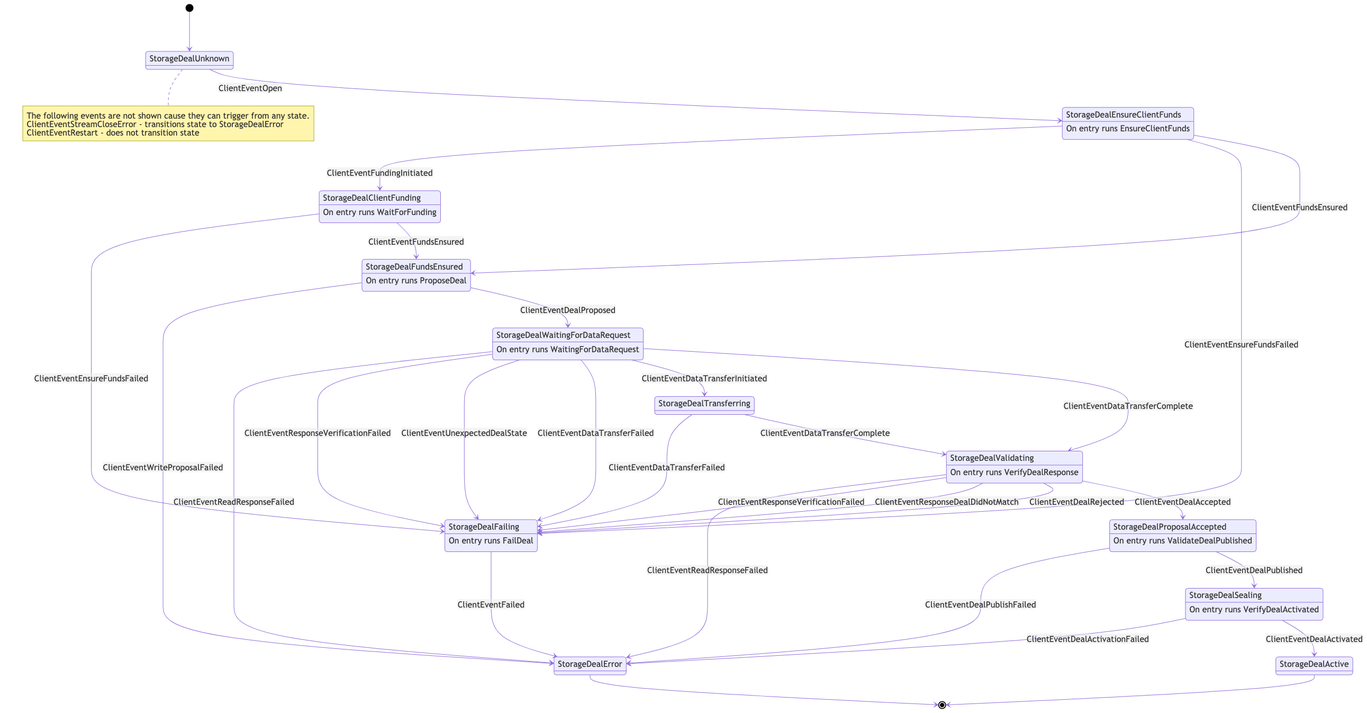
This is docs/storageclient.mmd.png from filecoin-project/go-fil-markets, a Mermaid export, as it was before one commit. Its source is kept beside it as docs/storageclient.mmd. The source it was exported from:
```mermaid
stateDiagram-v2
	state "StorageDealUnknown" as 0
	state "StorageDealProposalAccepted" as 3
	state "StorageDealSealing" as 5
	state "StorageDealActive" as 6
	state "StorageDealFailing" as 7
	state "StorageDealFundsEnsured" as 9
	state "StorageDealWaitingForDataRequest" as 10
	state "StorageDealValidating" as 11
	state "StorageDealTransferring" as 13
	state "StorageDealEnsureClientFunds" as 17
	state "StorageDealClientFunding" as 19
	state "StorageDealError" as 22
	3 : On entry runs ValidateDealPublished
	5 : On entry runs VerifyDealActivated
	7 : On entry runs FailDeal
	9 : On entry runs ProposeDeal
	10 : On entry runs WaitingForDataRequest
	11 : On entry runs VerifyDealResponse
	17 : On entry runs EnsureClientFunds
	19 : On entry runs WaitForFunding
	[*] --> 0
	note right of 0
		The following events are not shown cause they can trigger from any state.

		ClientEventStreamCloseError - transitions state to StorageDealError
		ClientEventRestart - does not transition state
	end note
	0 --> 17 : ClientEventOpen
	17 --> 19 : ClientEventFundingInitiated
	17 --> 7 : ClientEventEnsureFundsFailed
	19 --> 7 : ClientEventEnsureFundsFailed
	17 --> 9 : ClientEventFundsEnsured
	19 --> 9 : ClientEventFundsEnsured
	9 --> 22 : ClientEventWriteProposalFailed
	9 --> 10 : ClientEventDealProposed
	10 --> 22 : ClientEventReadResponseFailed
	11 --> 22 : ClientEventReadResponseFailed
	10 --> 7 : ClientEventResponseVerificationFailed
	11 --> 7 : ClientEventResponseVerificationFailed
	10 --> 7 : ClientEventUnexpectedDealState
	10 --> 7 : ClientEventDataTransferFailed
	13 --> 7 : ClientEventDataTransferFailed
	10 --> 13 : ClientEventDataTransferInitiated
	10 --> 11 : ClientEventDataTransferComplete
	13 --> 11 : ClientEventDataTransferComplete
	11 --> 7 : ClientEventResponseDealDidNotMatch
	11 --> 7 : ClientEventDealRejected
	11 --> 3 : ClientEventDealAccepted
	3 --> 22 : ClientEventDealPublishFailed
	3 --> 5 : ClientEventDealPublished
	5 --> 22 : ClientEventDealActivationFailed
	5 --> 6 : ClientEventDealActivated
	7 --> 22 : ClientEventFailed
	6 --> [*]
	22 --> [*]
```
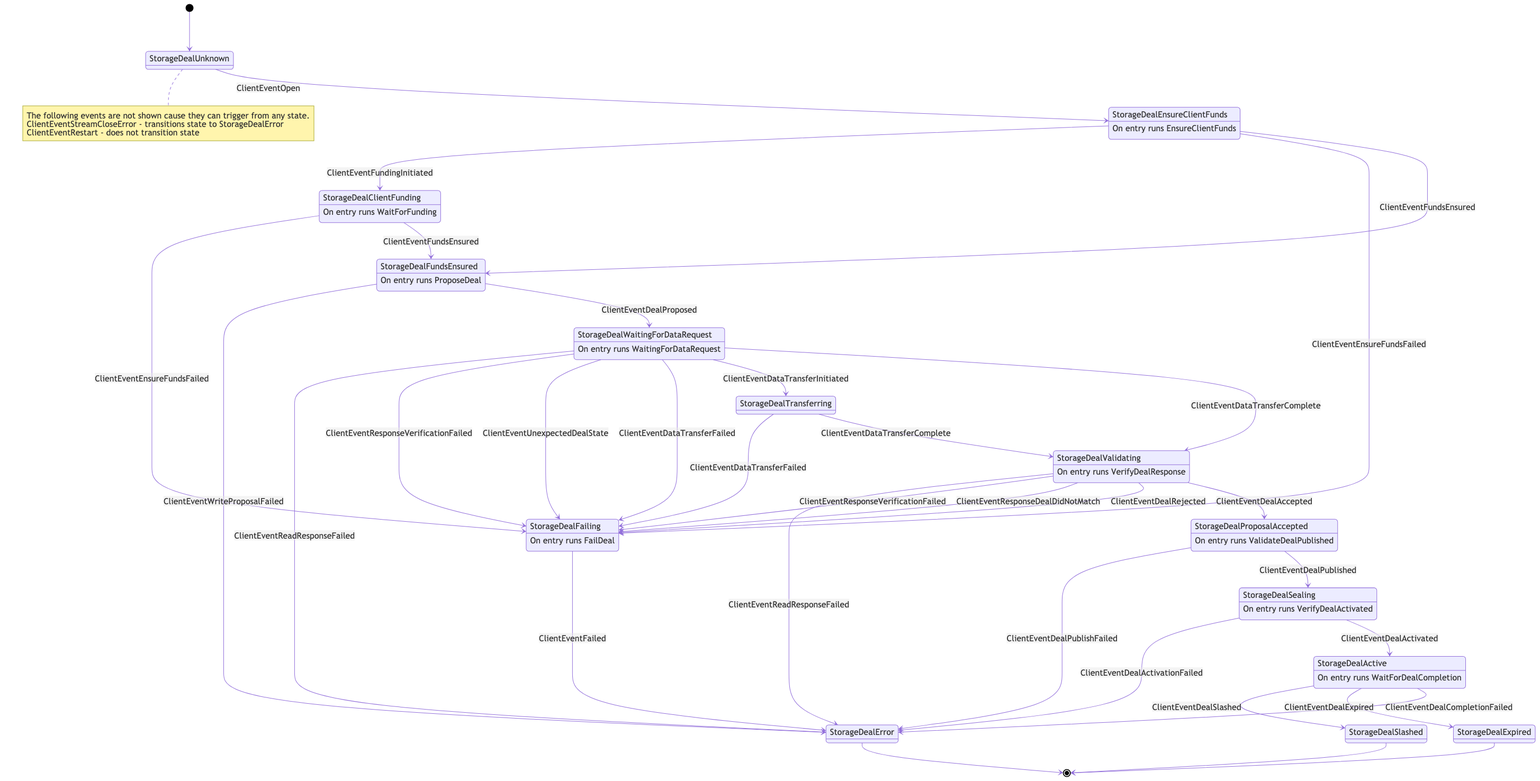
After the change.

Change to the diagram source:
```diff
@@ -3,22 +3,25 @@
 	state "StorageDealProposalAccepted" as 3
 	state "StorageDealSealing" as 5
 	state "StorageDealActive" as 6
-	state "StorageDealFailing" as 7
-	state "StorageDealFundsEnsured" as 9
-	state "StorageDealWaitingForDataRequest" as 10
-	state "StorageDealValidating" as 11
-	state "StorageDealTransferring" as 13
-	state "StorageDealEnsureClientFunds" as 17
-	state "StorageDealClientFunding" as 19
-	state "StorageDealError" as 22
+	state "StorageDealExpired" as 7
+	state "StorageDealSlashed" as 8
+	state "StorageDealFailing" as 9
+	state "StorageDealFundsEnsured" as 11
+	state "StorageDealWaitingForDataRequest" as 12
+	state "StorageDealValidating" as 13
+	state "StorageDealTransferring" as 15
+	state "StorageDealEnsureClientFunds" as 19
+	state "StorageDealClientFunding" as 21
+	state "StorageDealError" as 24
 	3 : On entry runs ValidateDealPublished
 	5 : On entry runs VerifyDealActivated
-	7 : On entry runs FailDeal
-	9 : On entry runs ProposeDeal
-	10 : On entry runs WaitingForDataRequest
-	11 : On entry runs VerifyDealResponse
-	17 : On entry runs EnsureClientFunds
-	19 : On entry runs WaitForFunding
+	6 : On entry runs WaitForDealCompletion
+	9 : On entry runs FailDeal
+	11 : On entry runs ProposeDeal
+	12 : On entry runs WaitingForDataRequest
+	13 : On entry runs VerifyDealResponse
+	19 : On entry runs EnsureClientFunds
+	21 : On entry runs WaitForFunding
 	[*] --> 0
 	note right of 0
 		The following events are not shown cause they can trigger from any state.
@@ -26,31 +29,35 @@
 		ClientEventStreamCloseError - transitions state to StorageDealError
 		ClientEventRestart - does not transition state
 	end note
-	0 --> 17 : ClientEventOpen
-	17 --> 19 : ClientEventFundingInitiated
-	17 --> 7 : ClientEventEnsureFundsFailed
-	19 --> 7 : ClientEventEnsureFundsFailed
-	17 --> 9 : ClientEventFundsEnsured
-	19 --> 9 : ClientEventFundsEnsured
-	9 --> 22 : ClientEventWriteProposalFailed
-	9 --> 10 : ClientEventDealProposed
-	10 --> 22 : ClientEventReadResponseFailed
-	11 --> 22 : ClientEventReadResponseFailed
-	10 --> 7 : ClientEventResponseVerificationFailed
-	11 --> 7 : ClientEventResponseVerificationFailed
-	10 --> 7 : ClientEventUnexpectedDealState
-	10 --> 7 : ClientEventDataTransferFailed
-	13 --> 7 : ClientEventDataTransferFailed
-	10 --> 13 : ClientEventDataTransferInitiated
-	10 --> 11 : ClientEventDataTransferComplete
-	13 --> 11 : ClientEventDataTransferComplete
-	11 --> 7 : ClientEventResponseDealDidNotMatch
-	11 --> 7 : ClientEventDealRejected
-	11 --> 3 : ClientEventDealAccepted
-	3 --> 22 : ClientEventDealPublishFailed
+	0 --> 19 : ClientEventOpen
+	19 --> 21 : ClientEventFundingInitiated
+	19 --> 9 : ClientEventEnsureFundsFailed
+	21 --> 9 : ClientEventEnsureFundsFailed
+	19 --> 11 : ClientEventFundsEnsured
+	21 --> 11 : ClientEventFundsEnsured
+	11 --> 24 : ClientEventWriteProposalFailed
+	11 --> 12 : ClientEventDealProposed
+	12 --> 24 : ClientEventReadResponseFailed
+	13 --> 24 : ClientEventReadResponseFailed
+	12 --> 9 : ClientEventResponseVerificationFailed
+	13 --> 9 : ClientEventResponseVerificationFailed
+	12 --> 9 : ClientEventUnexpectedDealState
+	12 --> 9 : ClientEventDataTransferFailed
+	15 --> 9 : ClientEventDataTransferFailed
+	12 --> 15 : ClientEventDataTransferInitiated
+	12 --> 13 : ClientEventDataTransferComplete
+	15 --> 13 : ClientEventDataTransferComplete
+	13 --> 9 : ClientEventResponseDealDidNotMatch
+	13 --> 9 : ClientEventDealRejected
+	13 --> 3 : ClientEventDealAccepted
+	3 --> 24 : ClientEventDealPublishFailed
 	3 --> 5 : ClientEventDealPublished
-	5 --> 22 : ClientEventDealActivationFailed
+	5 --> 24 : ClientEventDealActivationFailed
 	5 --> 6 : ClientEventDealActivated
-	7 --> 22 : ClientEventFailed
-	6 --> [*]
-	22 --> [*]
+	6 --> 8 : ClientEventDealSlashed
+	6 --> 7 : ClientEventDealExpired
+	6 --> 24 : ClientEventDealCompletionFailed
+	9 --> 24 : ClientEventFailed
+	8 --> [*]
+	7 --> [*]
+	24 --> [*]
```
